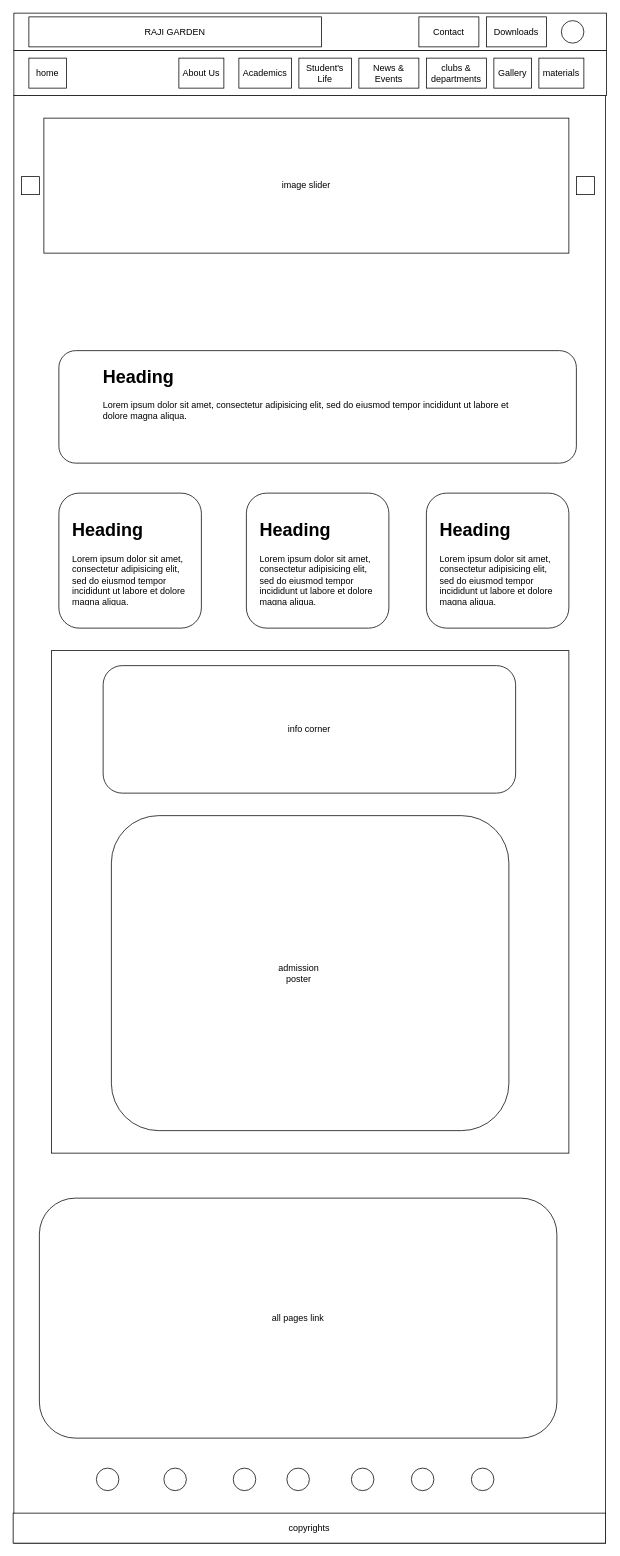
Earlier version of the draw.io diagram wireframe-design/1-index page.drawio (Lokeshwaran-M/Raji_Garden). Source tidied: cells renumbered, new cells numbered last; positions are measured from the earlier drawing's top-left corner, leaving out a move shared by most shapes. Both pictures are drawn from the tidied source at 75%, with x=0, y=0 at pixel (13, 13).
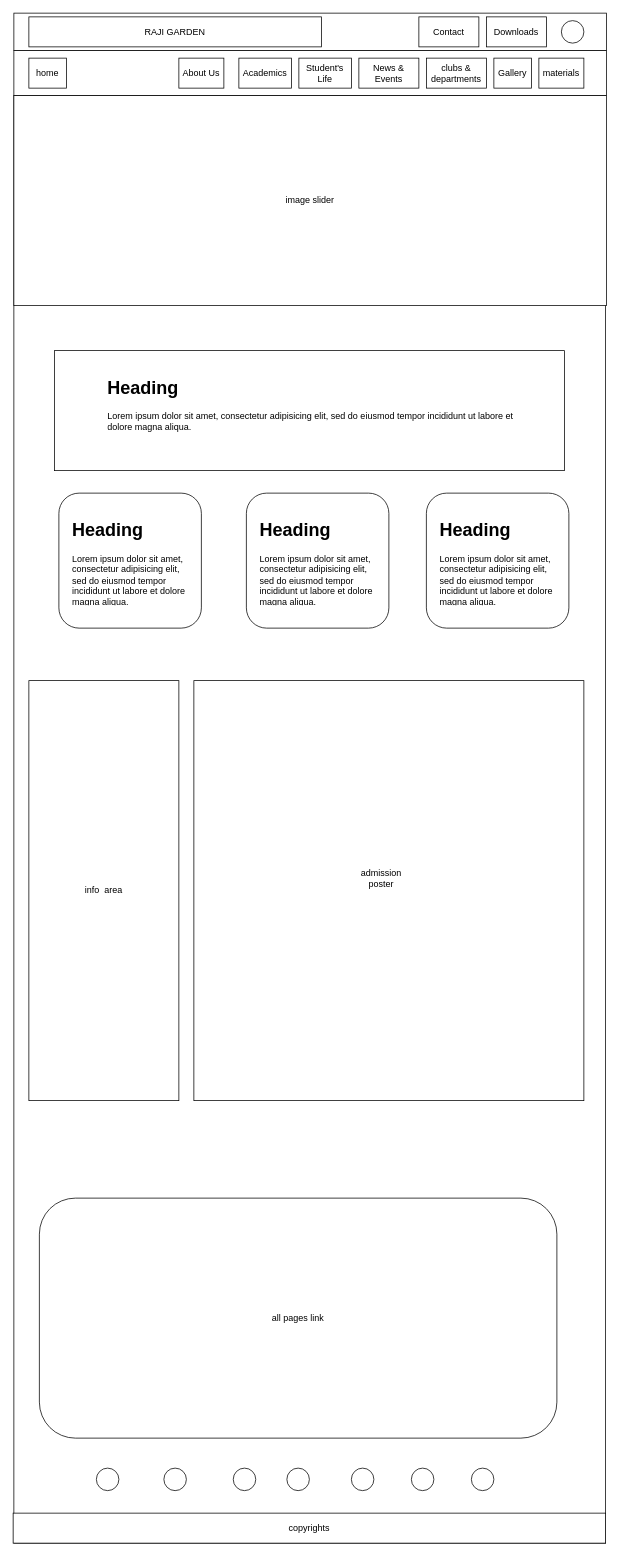
After the change.

What changed in the source:
```diff
@@
-    <mxCell id="16" style="whiteSpace=wrap;html=1;" parent="1" vertex="1">
-      <mxGeometry x="11" y="218" width="24" height="24" as="geometry" />
-    </mxCell>
     <mxCell id="17" value="image slider" style="rounded=0;whiteSpace=wrap;html=1;" parent="1" vertex="1">
-      <mxGeometry x="41" y="140" width="700" height="180" as="geometry" />
+      <mxGeometry x="1" y="110" width="790" height="280" as="geometry" />
     </mxCell>
-    <mxCell id="18" style="whiteSpace=wrap;html=1;" parent="1" vertex="1">
-      <mxGeometry x="751" y="218" width="24" height="24" as="geometry" />
-    </mxCell>
@@
-    <mxCell id="20" style="rounded=1;whiteSpace=wrap;html=1;" parent="1" vertex="1">
-      <mxGeometry x="61" y="450" width="690" height="150" as="geometry" />
-    </mxCell>
@@
-    <mxCell id="24" value="&lt;h1&gt;Heading&lt;/h1&gt;&lt;p&gt;Lorem ipsum dolor sit amet, consectetur adipisicing elit, sed do eiusmod tempor incididunt ut labore et dolore magna aliqua.&lt;/p&gt;" style="text;html=1;strokeColor=none;fillColor=none;spacing=5;spacingTop=-20;whiteSpace=wrap;overflow=hidden;rounded=0;" parent="1" vertex="1">
-      <mxGeometry x="115" y="465" width="560" height="120" as="geometry" />
-    </mxCell>
@@
-    <mxCell id="37" style="rounded=0;whiteSpace=wrap;html=1;" parent="1" vertex="1">
-      <mxGeometry x="51" y="850" width="690" height="670" as="geometry" />
+    <mxCell id="37" value="info&amp;nbsp; area" style="rounded=0;whiteSpace=wrap;html=1;" parent="1" vertex="1">
+      <mxGeometry x="21" y="890" width="200" height="560" as="geometry" />
     </mxCell>
-    <mxCell id="38" value="info corner" style="rounded=1;whiteSpace=wrap;html=1;" parent="1" vertex="1">
-      <mxGeometry x="120" y="870" width="550" height="170" as="geometry" />
-    </mxCell>
-    <mxCell id="39" style="rounded=1;whiteSpace=wrap;html=1;" parent="1" vertex="1">
-      <mxGeometry x="131" y="1070" width="530" height="420" as="geometry" />
-    </mxCell>
+    <mxCell id="41" style="rounded=0;whiteSpace=wrap;html=1;" parent="1" vertex="1">
+      <mxGeometry x="55" y="450" width="680" height="160" as="geometry" />
+    </mxCell>
+    <mxCell id="24" value="&lt;h1&gt;Heading&lt;/h1&gt;&lt;p&gt;Lorem ipsum dolor sit amet, consectetur adipisicing elit, sed do eiusmod tempor incididunt ut labore et dolore magna aliqua.&lt;/p&gt;" style="text;html=1;strokeColor=none;fillColor=none;spacing=5;spacingTop=-20;whiteSpace=wrap;overflow=hidden;rounded=0;" parent="1" vertex="1">
+      <mxGeometry x="121" y="480" width="550" height="120" as="geometry" />
+    </mxCell>
+    <mxCell id="42" style="rounded=0;whiteSpace=wrap;html=1;" parent="1" vertex="1">
+      <mxGeometry x="241" y="890" width="520" height="560" as="geometry" />
+    </mxCell>
     <mxCell id="40" value="admission poster" style="text;html=1;strokeColor=none;fillColor=none;align=center;verticalAlign=middle;whiteSpace=wrap;rounded=0;" parent="1" vertex="1">
-      <mxGeometry x="351" y="1265" width="60" height="30" as="geometry" />
+      <mxGeometry x="461" y="1139" width="60" height="30" as="geometry" />
     </mxCell>
```
